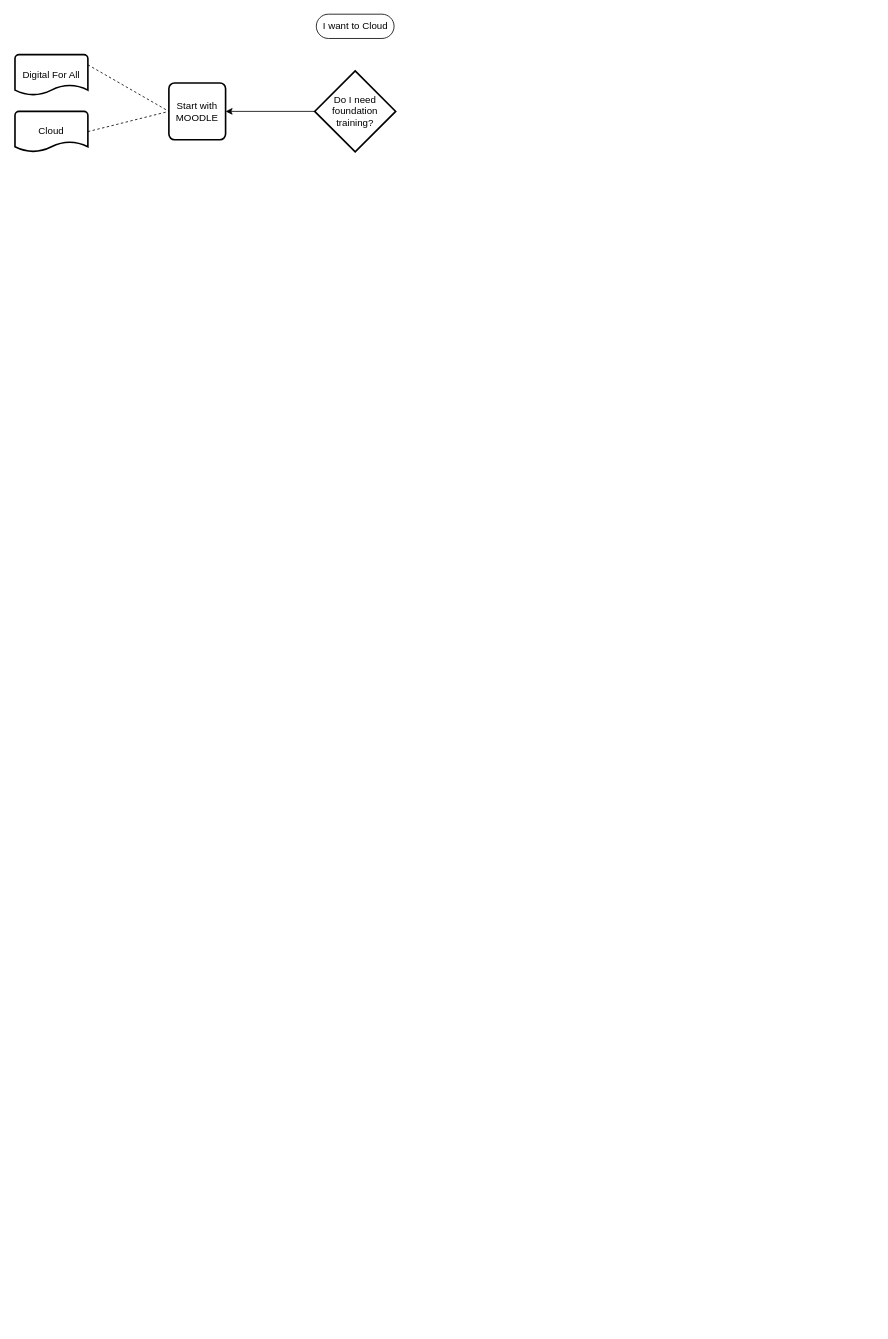
Before: CloudTrainingFlowChart.drawio in Pritesh1980/CloudTrainingPaths, a draw.io diagram. Source tidied: cells renumbered, new cells numbered last; positions are measured from the earlier drawing's top-left corner, leaving out a move shared by most shapes. Both pictures are drawn from the tidied source at 81%, with x=0, y=0 at pixel (15, 14).
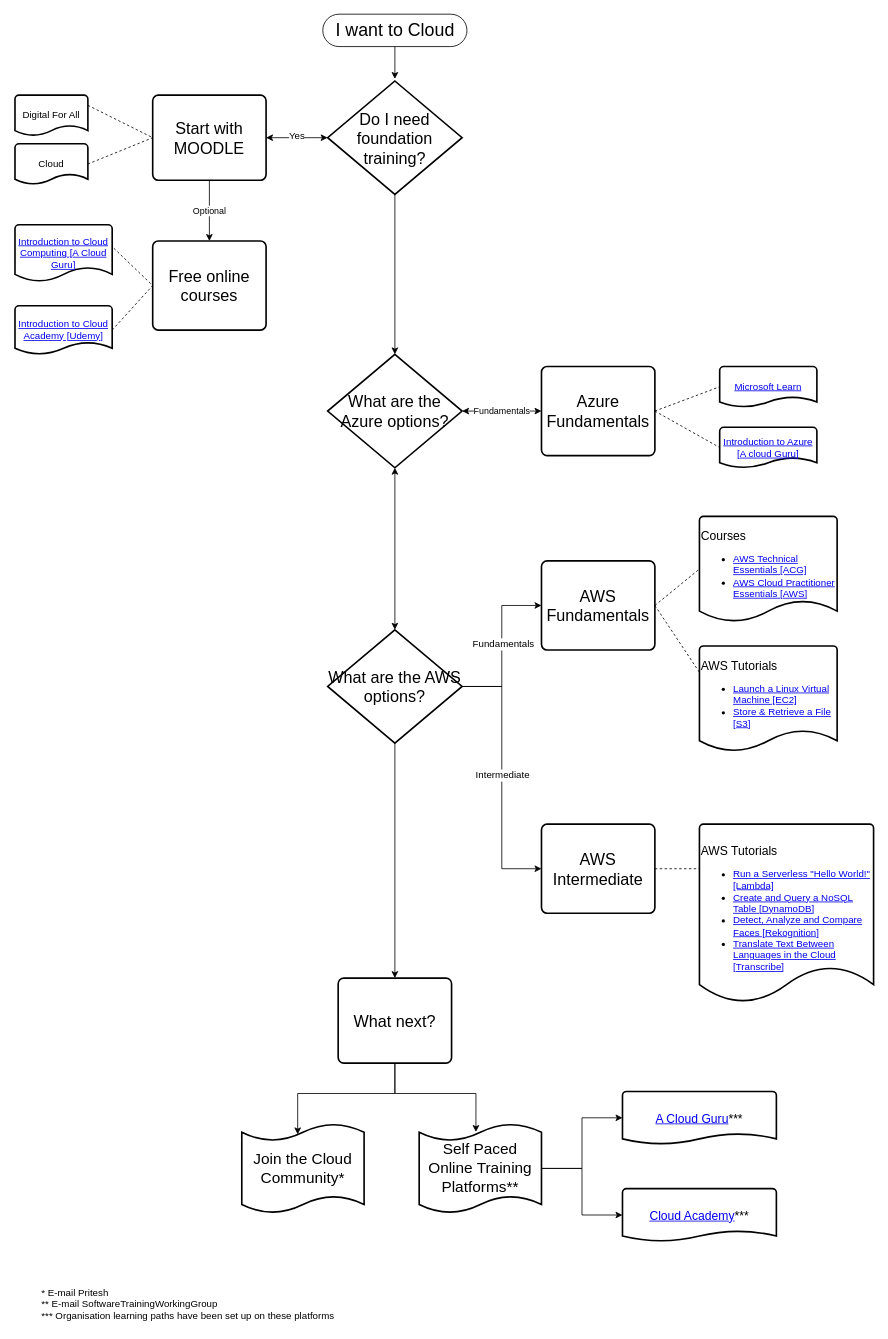
The same diagram, later.

Change to the diagram source:
```diff
@@
+    <mxCell id="10" style="edgeStyle=orthogonalEdgeStyle;rounded=0;jettySize=auto;html=1;" parent="1" edge="1" source="2">
+      <mxGeometry relative="1" as="geometry">
+        <mxPoint x="469" y="80" as="targetPoint" />
+      </mxGeometry>
+    </mxCell>
-    <mxCell id="2" value="I want to Cloud" style="html=1;dashed=0;whitespace=wrap;shape=mxgraph.dfd.start;" parent="1" vertex="1">
-      <mxGeometry x="372" width="96" height="30" as="geometry" />
+    <mxCell id="2" value="&lt;font style=&quot;font-size: 22px&quot;&gt;I want to Cloud&lt;/font&gt;" style="html=1;dashed=0;whitespace=wrap;shape=mxgraph.dfd.start;" parent="1" vertex="1">
+      <mxGeometry x="380" width="178" height="40" as="geometry" />
     </mxCell>
-    <mxCell id="3" style="edgeStyle=orthogonalEdgeStyle;rounded=0;jettySize=auto;html=1;" parent="1" edge="1" source="4" target="5">
+    <mxCell id="3" style="edgeStyle=orthogonalEdgeStyle;rounded=0;jettySize=auto;html=1;endArrow=classic;endFill=1;startArrow=classic;startFill=1;" parent="1" edge="1" source="4" target="5">
       <mxGeometry relative="1" as="geometry" />
     </mxCell>
+    <mxCell id="11" value="Yes" style="text;html=1;align=center;verticalAlign=middle;labelBackgroundColor=#ffffff;" parent="3" vertex="1">
+      <mxGeometry x="0.03" y="-2" relative="1" as="geometry" />
+    </mxCell>
+    <mxCell id="12" style="edgeStyle=orthogonalEdgeStyle;rounded=0;jettySize=auto;html=1;" parent="1" edge="1" source="4" target="21">
+      <mxGeometry relative="1" as="geometry" />
+    </mxCell>
-    <mxCell id="4" value="Do I need foundation training?" style="strokeWidth=2;html=1;shape=mxgraph.flowchart.decision;whiteSpace=wrap;" parent="1" vertex="1">
-      <mxGeometry x="370" y="70" width="100" height="100" as="geometry" />
+    <mxCell id="4" value="&lt;font style=&quot;font-size: 20px&quot;&gt;Do I need foundation training?&lt;/font&gt;" style="strokeWidth=2;html=1;shape=mxgraph.flowchart.decision;whiteSpace=wrap;" parent="1" vertex="1">
+      <mxGeometry x="386" y="82.5" width="166" height="140" as="geometry" />
     </mxCell>
+    <mxCell id="13" value="Optional" style="edgeStyle=orthogonalEdgeStyle;rounded=0;jettySize=auto;html=1;" parent="1" edge="1" source="5" target="14">
+      <mxGeometry relative="1" as="geometry" />
+    </mxCell>
-    <mxCell id="5" value="Start with MOODLE" style="rounded=1;whiteSpace=wrap;html=1;absoluteArcSize=1;arcSize=14;strokeWidth=2;" parent="1" vertex="1">
-      <mxGeometry x="190" y="85" width="70" height="70" as="geometry" />
+    <mxCell id="5" value="&lt;font style=&quot;font-size: 20px&quot;&gt;Start with MOODLE&lt;/font&gt;" style="rounded=1;whiteSpace=wrap;html=1;absoluteArcSize=1;arcSize=14;strokeWidth=2;" parent="1" vertex="1">
+      <mxGeometry x="170" y="100" width="140" height="105" as="geometry" />
     </mxCell>
+    <mxCell id="14" value="&lt;font style=&quot;font-size: 20px&quot;&gt;Free online courses&lt;/font&gt;" style="rounded=1;whiteSpace=wrap;html=1;absoluteArcSize=1;arcSize=14;strokeWidth=2;" parent="1" vertex="1">
+      <mxGeometry x="170" y="280" width="140" height="110" as="geometry" />
+    </mxCell>
     <mxCell id="6" value="Digital For All" style="strokeWidth=2;html=1;shape=mxgraph.flowchart.document2;whiteSpace=wrap;size=0.25;" parent="1" vertex="1">
-      <mxGeometry y="50" width="90" height="50" as="geometry" />
+      <mxGeometry y="100" width="90" height="50" as="geometry" />
     </mxCell>
     <mxCell id="7" value="Cloud" style="strokeWidth=2;html=1;shape=mxgraph.flowchart.document2;whiteSpace=wrap;size=0.25;" parent="1" vertex="1">
-      <mxGeometry y="120" width="90" height="50" as="geometry" />
+      <mxGeometry y="160" width="90" height="50" as="geometry" />
     </mxCell>
@@
+    <mxCell id="15" value="&lt;a href=&quot;https://acloud.guru/learn/intro-cloud-computing&quot;&gt;Introduction to Cloud Computing [A Cloud Guru]&lt;/a&gt;" style="strokeWidth=2;html=1;shape=mxgraph.flowchart.document2;whiteSpace=wrap;size=0.25;" parent="1" vertex="1">
+      <mxGeometry y="260" width="120" height="70" as="geometry" />
+    </mxCell>
+    <mxCell id="16" value="&lt;a href=&quot;https://www.udemy.com/course/introduction-to-cloud-computing/&quot;&gt;Introduction to Cloud Academy [Udemy]&lt;/a&gt;" style="strokeWidth=2;html=1;shape=mxgraph.flowchart.document2;whiteSpace=wrap;size=0.25;" parent="1" vertex="1">
+      <mxGeometry y="360" width="120" height="60" as="geometry" />
+    </mxCell>
+    <mxCell id="17" style="endArrow=none;dashed=1;html=1;entryX=0;entryY=0.5;entryDx=0;entryDy=0;exitX=1.017;exitY=0.414;exitDx=0;exitDy=0;exitPerimeter=0;" parent="1" edge="1" source="15" target="14">
+      <mxGeometry relative="1" as="geometry" />
+    </mxCell>
+    <mxCell id="18" style="endArrow=none;dashed=1;html=1;entryX=0;entryY=0.5;entryDx=0;entryDy=0;exitX=1;exitY=0.5;exitDx=0;exitDy=0;exitPerimeter=0;" parent="1" edge="1" source="16" target="14">
+      <mxGeometry relative="1" as="geometry" />
+    </mxCell>
+    <mxCell id="19" value="Fundamentals" style="edgeStyle=orthogonalEdgeStyle;rounded=0;jettySize=auto;html=1;startArrow=classic;startFill=1;endArrow=classic;endFill=1;" parent="1" edge="1" source="21" target="28">
+      <mxGeometry relative="1" as="geometry" />
+    </mxCell>
+    <mxCell id="20" style="edgeStyle=orthogonalEdgeStyle;rounded=0;jettySize=auto;html=1;startArrow=classic;startFill=1;endArrow=classic;endFill=1;" parent="1" edge="1" source="21" target="27">
+      <mxGeometry relative="1" as="geometry" />
+    </mxCell>
+    <mxCell id="21" value="&lt;font style=&quot;font-size: 20px&quot;&gt;What are the Azure options?&lt;/font&gt;" style="strokeWidth=2;html=1;shape=mxgraph.flowchart.decision;whiteSpace=wrap;" parent="1" vertex="1">
+      <mxGeometry x="386" y="420" width="166" height="140" as="geometry" />
+    </mxCell>
+    <mxCell id="22" style="edgeStyle=orthogonalEdgeStyle;rounded=0;jettySize=auto;html=1;startArrow=none;startFill=0;endArrow=classic;endFill=1;" parent="1" edge="1" source="27" target="43">
+      <mxGeometry relative="1" as="geometry" />
+    </mxCell>
+    <mxCell id="23" style="edgeStyle=orthogonalEdgeStyle;rounded=0;jettySize=auto;html=1;entryX=0;entryY=0.5;entryDx=0;entryDy=0;startArrow=none;startFill=0;endArrow=classic;endFill=1;" parent="1" edge="1" source="27" target="33">
+      <mxGeometry relative="1" as="geometry" />
+    </mxCell>
+    <mxCell id="24" value="Fundamentals" style="text;html=1;align=center;verticalAlign=middle;labelBackgroundColor=#ffffff;" parent="23" vertex="1">
+      <mxGeometry x="0.03" y="-1" relative="1" as="geometry" />
+    </mxCell>
+    <mxCell id="25" style="edgeStyle=orthogonalEdgeStyle;rounded=0;jettySize=auto;html=1;entryX=0;entryY=0.5;entryDx=0;entryDy=0;startArrow=none;startFill=0;endArrow=classic;endFill=1;" parent="1" edge="1" source="27" target="38">
+      <mxGeometry relative="1" as="geometry" />
+    </mxCell>
+    <mxCell id="26" value="Intermediate" style="text;html=1;align=center;verticalAlign=middle;labelBackgroundColor=#ffffff;" parent="25" vertex="1">
+      <mxGeometry x="-0.02" relative="1" as="geometry" />
+    </mxCell>
+    <mxCell id="27" value="&lt;font style=&quot;font-size: 20px&quot;&gt;What are the AWS options?&lt;/font&gt;" style="strokeWidth=2;html=1;shape=mxgraph.flowchart.decision;whiteSpace=wrap;" parent="1" vertex="1">
+      <mxGeometry x="386" y="760" width="166" height="140" as="geometry" />
+    </mxCell>
+    <mxCell id="28" value="&lt;font style=&quot;font-size: 20px&quot;&gt;Azure Fundamentals&lt;/font&gt;" style="rounded=1;whiteSpace=wrap;html=1;absoluteArcSize=1;arcSize=14;strokeWidth=2;" parent="1" vertex="1">
+      <mxGeometry x="650" y="435" width="140" height="110" as="geometry" />
+    </mxCell>
+    <mxCell id="29" value="&lt;a href=&quot;https://docs.microsoft.com/en-us/learn/azure/&quot;&gt;Microsoft Learn&lt;/a&gt;" style="strokeWidth=2;html=1;shape=mxgraph.flowchart.document2;whiteSpace=wrap;size=0.25;" parent="1" vertex="1">
+      <mxGeometry x="870" y="435" width="120" height="50" as="geometry" />
+    </mxCell>
+    <mxCell id="30" value="&lt;a href=&quot;https://acloud.guru/learn/intro-to-azure&quot;&gt;Introduction to Azure [A cloud Guru]&lt;/a&gt;" style="strokeWidth=2;html=1;shape=mxgraph.flowchart.document2;whiteSpace=wrap;size=0.25;" parent="1" vertex="1">
+      <mxGeometry x="870" y="510" width="120" height="50" as="geometry" />
+    </mxCell>
+    <mxCell id="31" style="endArrow=none;dashed=1;html=1;entryX=0;entryY=0.5;entryDx=0;entryDy=0;exitX=1;exitY=0.5;exitDx=0;exitDy=0;entryPerimeter=0;" parent="1" edge="1" source="28" target="29">
+      <mxGeometry relative="1" as="geometry" />
+    </mxCell>
+    <mxCell id="32" style="endArrow=none;dashed=1;html=1;entryX=0;entryY=0.5;entryDx=0;entryDy=0;entryPerimeter=0;" parent="1" edge="1" target="30">
+      <mxGeometry relative="1" as="geometry">
+        <mxPoint x="790" y="490" as="sourcePoint" />
+      </mxGeometry>
+    </mxCell>
+    <mxCell id="33" value="&lt;font style=&quot;font-size: 20px&quot;&gt;AWS Fundamentals&lt;/font&gt;" style="rounded=1;whiteSpace=wrap;html=1;absoluteArcSize=1;arcSize=14;strokeWidth=2;" parent="1" vertex="1">
+      <mxGeometry x="650" y="675" width="140" height="110" as="geometry" />
+    </mxCell>
+    <mxCell id="34" value="&lt;div style=&quot;font-size: 15px&quot;&gt;&lt;span&gt;Courses&lt;/span&gt;&lt;/div&gt;&lt;div&gt;&lt;ul&gt;&lt;li&gt;&lt;span&gt;&lt;a href=&quot;https://acloud.guru/learn/aws-technical-essentials&quot;&gt;AWS Technical Essentials [ACG]&lt;/a&gt;&lt;/span&gt;&lt;/li&gt;&lt;li&gt;&lt;span&gt;&lt;a href=&quot;https://aws.amazon.com/training/course-descriptions/cloud-practitioner-essentials/&quot;&gt;AWS Cloud Practitioner Essentials [AWS]&lt;/a&gt;&lt;/span&gt;&lt;/li&gt;&lt;/ul&gt;&lt;/div&gt;" style="strokeWidth=2;html=1;shape=mxgraph.flowchart.document2;whiteSpace=wrap;size=0.2;align=left;" parent="1" vertex="1">
+      <mxGeometry x="845" y="620" width="170" height="130" as="geometry" />
+    </mxCell>
+    <mxCell id="35" value="&lt;div style=&quot;font-size: 15px&quot;&gt;&lt;span&gt;AWS Tutorials&lt;/span&gt;&lt;/div&gt;&lt;div&gt;&lt;ul&gt;&lt;li&gt;&lt;a href=&quot;https://aws.amazon.com/getting-started/launch-a-virtual-machine-B-0/&quot;&gt;Launch a Linux Virtual Machine [EC2]&lt;/a&gt;&lt;/li&gt;&lt;li&gt;&lt;a href=&quot;https://aws.amazon.com/getting-started/hands-on/backup-files-to-amazon-s3/&quot;&gt;Store &amp;amp; Retrieve a File [S3]&lt;/a&gt;&lt;/li&gt;&lt;/ul&gt;&lt;/div&gt;" style="strokeWidth=2;html=1;shape=mxgraph.flowchart.document2;whiteSpace=wrap;size=0.2;align=left;" parent="1" vertex="1">
+      <mxGeometry x="845" y="780" width="170" height="130" as="geometry" />
+    </mxCell>
+    <mxCell id="36" style="endArrow=none;dashed=1;html=1;exitX=1;exitY=0.5;exitDx=0;exitDy=0;entryX=0;entryY=0.5;entryDx=0;entryDy=0;entryPerimeter=0;" parent="1" edge="1" source="33" target="34">
+      <mxGeometry relative="1" as="geometry" />
+    </mxCell>
+    <mxCell id="37" style="endArrow=none;dashed=1;html=1;exitX=1;exitY=0.5;exitDx=0;exitDy=0;entryX=0;entryY=0.25;entryDx=0;entryDy=0;entryPerimeter=0;" parent="1" edge="1" source="33" target="35">
+      <mxGeometry relative="1" as="geometry" />
+    </mxCell>
+    <mxCell id="38" value="&lt;font style=&quot;font-size: 20px&quot;&gt;AWS Intermediate&lt;/font&gt;" style="rounded=1;whiteSpace=wrap;html=1;absoluteArcSize=1;arcSize=14;strokeWidth=2;" parent="1" vertex="1">
+      <mxGeometry x="650" y="1000" width="140" height="110" as="geometry" />
+    </mxCell>
+    <mxCell id="39" value="&lt;div style=&quot;font-size: 15px&quot;&gt;&lt;span&gt;AWS Tutorials&lt;/span&gt;&lt;/div&gt;&lt;div&gt;&lt;ul&gt;&lt;li&gt;&lt;a href=&quot;https://aws.amazon.com/getting-started/hands-on/run-serverless-code/&quot;&gt;Run a Serverless &quot;Hello World!&quot; [Lambda]&lt;/a&gt;&lt;/li&gt;&lt;li&gt;&lt;a href=&quot;https://aws.amazon.com/getting-started/hands-on/create-nosql-table/&quot;&gt;Create and Query a NoSQL Table [DynamoDB]&lt;/a&gt;&lt;/li&gt;&lt;li&gt;&lt;a href=&quot;https://aws.amazon.com/getting-started/hands-on/detect-analyze-compare-faces-rekognition/&quot;&gt;Detect, Analyze and Compare Faces [Rekognition]&lt;/a&gt;&lt;/li&gt;&lt;li&gt;&lt;a href=&quot;https://aws.amazon.com/getting-started/hands-on/translate-text-between-languages-cloud/&quot;&gt;Translate Text Between Languages in the Cloud [Transcribe]&lt;/a&gt;&lt;/li&gt;&lt;/ul&gt;&lt;/div&gt;" style="strokeWidth=2;html=1;shape=mxgraph.flowchart.document2;whiteSpace=wrap;size=0.2;align=left;" parent="1" vertex="1">
+      <mxGeometry x="845" y="1000" width="215" height="220" as="geometry" />
+    </mxCell>
+    <mxCell id="40" style="endArrow=none;dashed=1;html=1;exitX=1;exitY=0.5;exitDx=0;exitDy=0;entryX=0;entryY=0.25;entryDx=0;entryDy=0;entryPerimeter=0;" parent="1" edge="1" source="38" target="39">
+      <mxGeometry relative="1" as="geometry" />
+    </mxCell>
+    <mxCell id="41" style="edgeStyle=orthogonalEdgeStyle;rounded=0;jettySize=auto;html=1;entryX=0.457;entryY=0.118;entryDx=0;entryDy=0;entryPerimeter=0;startArrow=none;startFill=0;endArrow=classic;endFill=1;" parent="1" edge="1" source="43" target="44">
+      <mxGeometry relative="1" as="geometry" />
+    </mxCell>
+    <mxCell id="42" style="edgeStyle=orthogonalEdgeStyle;rounded=0;jettySize=auto;html=1;entryX=0.464;entryY=0.091;entryDx=0;entryDy=0;entryPerimeter=0;startArrow=none;startFill=0;endArrow=classic;endFill=1;" parent="1" edge="1" source="43" target="47">
+      <mxGeometry relative="1" as="geometry" />
+    </mxCell>
+    <mxCell id="43" value="&lt;font style=&quot;font-size: 20px&quot;&gt;What next?&lt;/font&gt;" style="rounded=1;whiteSpace=wrap;html=1;absoluteArcSize=1;arcSize=14;strokeWidth=2;" parent="1" vertex="1">
+      <mxGeometry x="399" y="1190" width="140" height="105" as="geometry" />
+    </mxCell>
+    <mxCell id="44" value="&lt;font style=&quot;font-size: 19px&quot;&gt;Join the Cloud Community*&lt;/font&gt;" style="shape=tape;whiteSpace=wrap;html=1;strokeWidth=2;size=0.19;" parent="1" vertex="1">
+      <mxGeometry x="280" y="1370" width="151" height="110" as="geometry" />
+    </mxCell>
+    <mxCell id="45" style="edgeStyle=orthogonalEdgeStyle;rounded=0;jettySize=auto;html=1;entryX=0;entryY=0.5;entryDx=0;entryDy=0;entryPerimeter=0;startArrow=none;startFill=0;endArrow=classic;endFill=1;" parent="1" edge="1" source="47" target="48">
+      <mxGeometry relative="1" as="geometry" />
+    </mxCell>
+    <mxCell id="46" style="edgeStyle=orthogonalEdgeStyle;rounded=0;jettySize=auto;html=1;entryX=0;entryY=0.5;entryDx=0;entryDy=0;entryPerimeter=0;startArrow=none;startFill=0;endArrow=classic;endFill=1;" parent="1" edge="1" source="47" target="49">
+      <mxGeometry relative="1" as="geometry" />
+    </mxCell>
+    <mxCell id="47" value="&lt;font style=&quot;font-size: 19px&quot;&gt;Self Paced Online Training Platforms**&lt;/font&gt;" style="shape=tape;whiteSpace=wrap;html=1;strokeWidth=2;size=0.19;" parent="1" vertex="1">
+      <mxGeometry x="499" y="1370" width="151" height="110" as="geometry" />
+    </mxCell>
+    <mxCell id="48" value="&lt;div style=&quot;font-size: 15px&quot;&gt;&lt;a href=&quot;https://acloud.guru/&quot;&gt;A Cloud Guru&lt;/a&gt;***&lt;/div&gt;" style="strokeWidth=2;html=1;shape=mxgraph.flowchart.document2;whiteSpace=wrap;size=0.2;align=center;" parent="1" vertex="1">
+      <mxGeometry x="750" y="1330" width="190" height="65" as="geometry" />
+    </mxCell>
+    <mxCell id="49" value="&lt;div style=&quot;font-size: 15px&quot;&gt;&lt;a href=&quot;https://app.qa.com&quot;&gt;Cloud Academy&lt;/a&gt;***&lt;/div&gt;" style="strokeWidth=2;html=1;shape=mxgraph.flowchart.document2;whiteSpace=wrap;size=0.2;align=center;" parent="1" vertex="1">
+      <mxGeometry x="750" y="1450" width="190" height="65" as="geometry" />
+    </mxCell>
+    <mxCell id="50" value="&lt;div&gt;&lt;span&gt;* E-mail Pritesh&lt;/span&gt;&lt;/div&gt;&lt;div&gt;&lt;span&gt;** E-mail SoftwareTrainingWorkingGroup&lt;/span&gt;&lt;/div&gt;&lt;div&gt;&lt;span&gt;*** Organisation learning paths have been set up on these platforms&lt;/span&gt;&lt;/div&gt;" style="text;html=1;align=left;verticalAlign=middle;" parent="1" vertex="1">
+      <mxGeometry x="31" y="1568" width="380" height="50" as="geometry" />
+    </mxCell>
```
